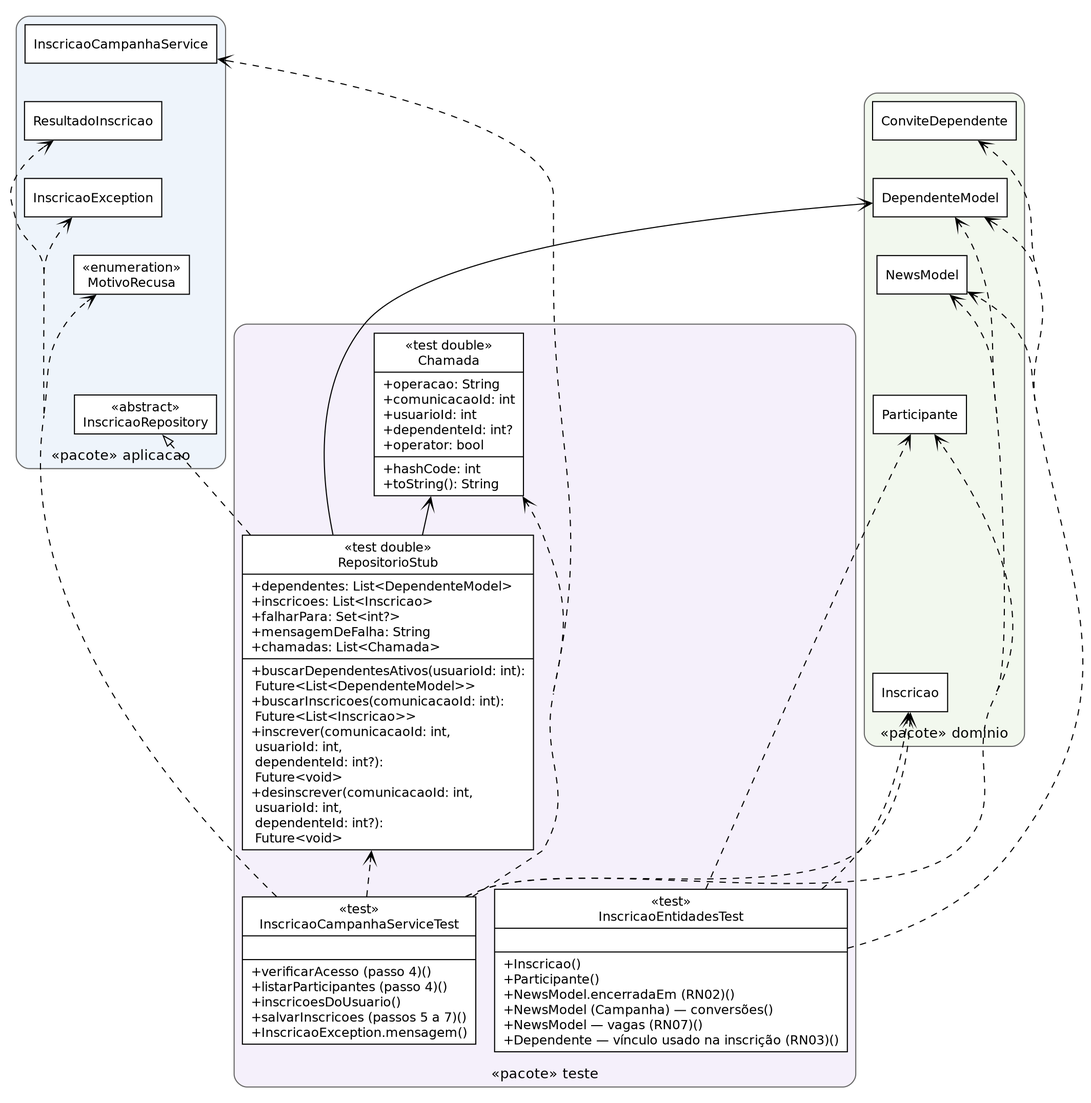
This is qualidade/relatorios/classes-c-teste.png from Conecta-Vida/Conecta-Vida-Mobile, a Graphviz export, as it was before one commit. Its source is kept beside it as qualidade/relatorios/classes-c-teste.dot.
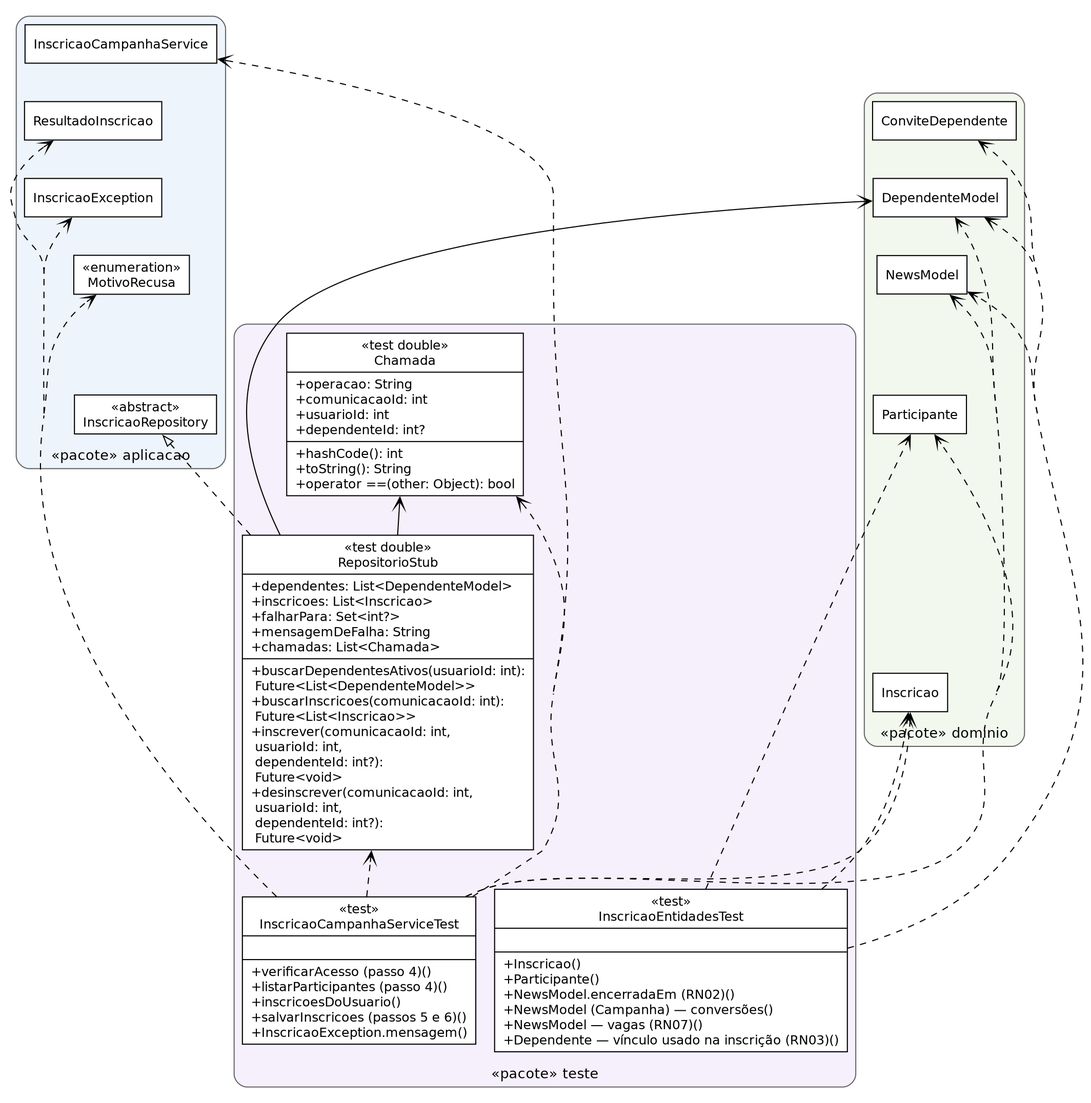
Later version of the same file.

The edit, as a diff of the source:
```diff
@@ -17,9 +17,9 @@
   ConviteDependente [shape=box, label="ConviteDependente"];
 }
 subgraph cluster_2 { label="«pacote» teste"; style="rounded,filled"; fillcolor="#f5f0fb"; color=gray40; fontname="DejaVu Sans"; fontsize=13; labelloc=t;
-  Chamada [label="{«test double»\nChamada|+operacao: String\l+comunicacaoId: int\l+usuarioId: int\l+dependenteId: int?\l+operator: bool\l|+hashCode: int\l+toString(): String\l}"];
+  Chamada [label="{«test double»\nChamada|+operacao: String\l+comunicacaoId: int\l+usuarioId: int\l+dependenteId: int?\l|+hashCode(): int\l+toString(): String\l+operator ==(other: Object): bool\l}"];
   RepositorioStub [label="{«test double»\nRepositorioStub|+dependentes: List&lt;DependenteModel&gt;\l+inscricoes: List&lt;Inscricao&gt;\l+falharPara: Set&lt;int?&gt;\l+mensagemDeFalha: String\l+chamadas: List&lt;Chamada&gt;\l|+buscarDependentesAtivos(usuarioId: int):\l      Future&lt;List&lt;DependenteModel&gt;&gt;\l+buscarInscricoes(comunicacaoId: int):\l      Future&lt;List&lt;Inscricao&gt;&gt;\l+inscrever(comunicacaoId: int,\l      usuarioId: int,\l      dependenteId: int?):\l      Future&lt;void&gt;\l+desinscrever(comunicacaoId: int,\l      usuarioId: int,\l      dependenteId: int?):\l      Future&lt;void&gt;\l}"];
-  InscricaoCampanhaServiceTest [label="{«test»\nInscricaoCampanhaServiceTest||+verificarAcesso (passo 4)()\l+listarParticipantes (passo 4)()\l+inscricoesDoUsuario()\l+salvarInscricoes (passos 5 a 7)()\l+InscricaoException.mensagem()\l}"];
+  InscricaoCampanhaServiceTest [label="{«test»\nInscricaoCampanhaServiceTest||+verificarAcesso (passo 4)()\l+listarParticipantes (passo 4)()\l+inscricoesDoUsuario()\l+salvarInscricoes (passos 5 e 6)()\l+InscricaoException.mensagem()\l}"];
   InscricaoEntidadesTest [label="{«test»\nInscricaoEntidadesTest||+Inscricao()\l+Participante()\l+NewsModel.encerradaEm (RN02)()\l+NewsModel (Campanha) — conversões()\l+NewsModel — vagas (RN07)()\l+Dependente — vínculo usado na inscrição (RN03)()\l}"];
 }
   InscricaoRepository -> MotivoRecusa [style=invis];
```
